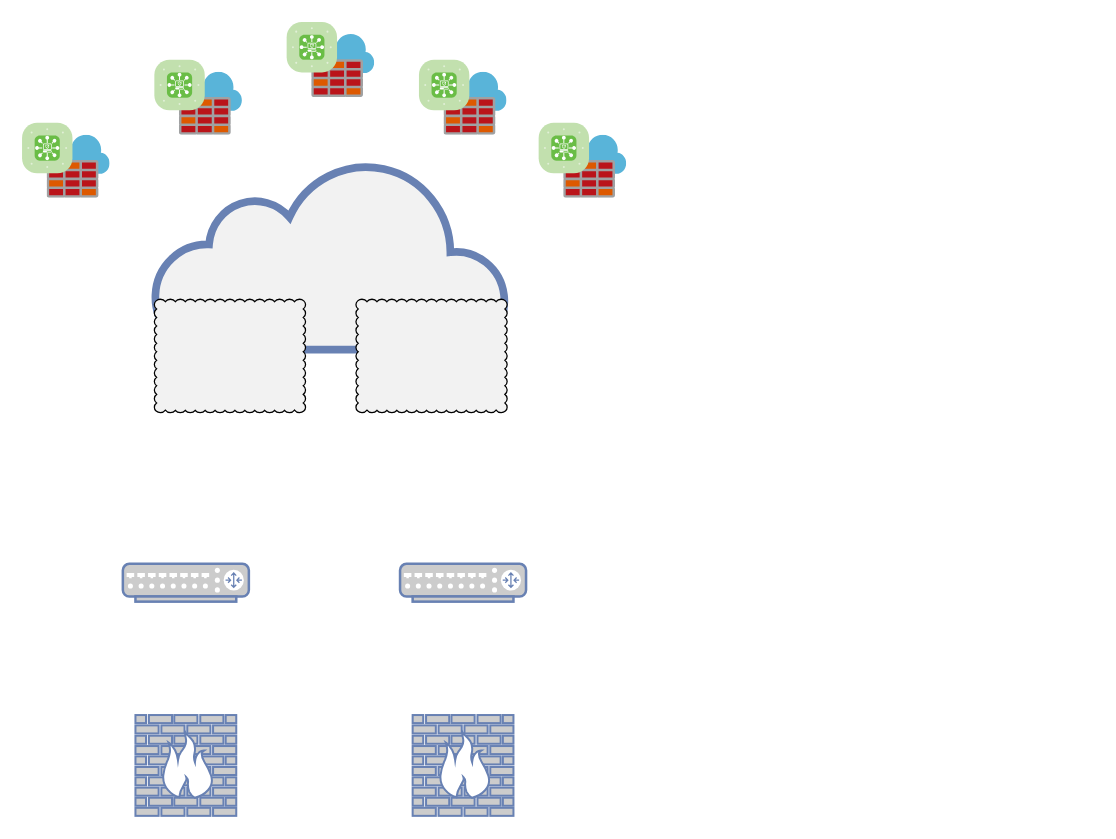
The draw.io diagram Untitled Diagram.drawio in ltning/diagrams, before the edit. Source tidied: cells renumbered, new cells numbered last; positions are measured from the earlier drawing's top-left corner, leaving out a move shared by most shapes. Both pictures are drawn from the tidied source at 126%, with x=0, y=0 at pixel (21, 21).
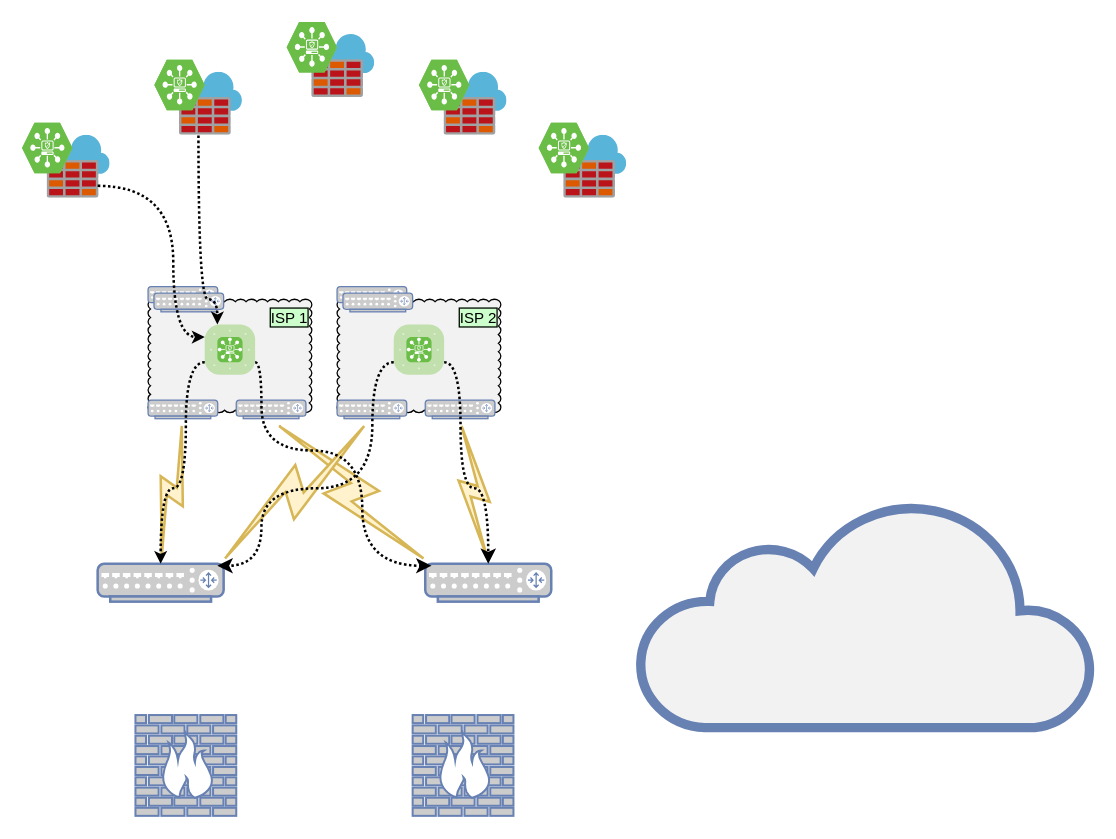
Above is the later version.

The change refers to these unchanged cells:
```xml
<mxCell id="7" style="group;" parent="1" vertex="1">
  <mxGeometry y="80" width="70" height="60" as="geometry" />
</mxCell>
<mxCell id="8" style="sketch=0;html=1;points=[];align=center;image;fontSize=12;image=img/lib/mscae/Azure_Firewall.svg;fillColor=#F2F2F2;gradientColor=none;" parent="7" vertex="1">
  <mxGeometry x="20" y="10" width="50" height="50" as="geometry" />
</mxCell>
<mxCell id="10" style="group;" parent="1" vertex="1">
  <mxGeometry x="410" y="80" width="70" height="60" as="geometry" />
</mxCell>
<mxCell id="13" style="group;" parent="1" vertex="1">
  <mxGeometry x="210" width="70" height="60" as="geometry" />
</mxCell>
<mxCell id="16" style="group;" parent="1" vertex="1">
  <mxGeometry x="105" y="30" width="70" height="60" as="geometry" />
</mxCell>
<mxCell id="17" style="sketch=0;html=1;points=[];align=center;image;fontSize=12;image=img/lib/mscae/Azure_Firewall.svg;fillColor=#F2F2F2;gradientColor=none;" parent="16" vertex="1">
  <mxGeometry x="20" y="10" width="50" height="50" as="geometry" />
</mxCell>
<mxCell id="19" style="group;" parent="1" vertex="1">
  <mxGeometry x="315" y="30" width="70" height="60" as="geometry" />
</mxCell>
```

Diff of the diagram source:
```diff
@@
+    <mxCell id="22" value="ISP 1 " style="whiteSpace=wrap;html=1;shape=mxgraph.basic.cloud_rect;fillColor=#F2F2F2;gradientColor=none;verticalAlign=top;align=right;labelBackgroundColor=#CCFFCC;labelBorderColor=default;" parent="1" vertex="1">
+      <mxGeometry x="100" y="220" width="130" height="90" as="geometry" />
+    </mxCell>
-    <mxCell id="2" style="html=1;fillColor=#F2F2F2;strokeColor=#6881B3;gradientDirection=north;strokeWidth=2;shape=mxgraph.networks.cloud;fontColor=#ffffff;" parent="1" vertex="1">
-      <mxGeometry x="105" y="110" width="280" height="150" as="geometry" />
+    <mxCell id="2" style="html=1;fillColor=#F2F2F2;strokeColor=#6881B3;gradientDirection=north;strokeWidth=2;shape=mxgraph.networks.cloud;fontColor=#ffffff;perimeterSpacing=0;sketch=0;" parent="1" vertex="1">
+      <mxGeometry x="490" y="380" width="360" height="180" as="geometry" />
     </mxCell>
     <mxCell id="3" style="fontColor=#0066CC;verticalAlign=top;verticalLabelPosition=bottom;labelPosition=center;align=center;html=1;outlineConnect=0;fillColor=#CCCCCC;strokeColor=#6881B3;gradientColor=none;gradientDirection=north;strokeWidth=2;shape=mxgraph.networks.router;" parent="1" vertex="1">
-      <mxGeometry x="80" y="430" width="100" height="30" as="geometry" />
+      <mxGeometry x="60" y="430" width="100" height="30" as="geometry" />
     </mxCell>
     <mxCell id="4" style="fontColor=#0066CC;verticalAlign=top;verticalLabelPosition=bottom;labelPosition=center;align=center;html=1;outlineConnect=0;fillColor=#CCCCCC;strokeColor=#6881B3;gradientColor=none;gradientDirection=north;strokeWidth=2;shape=mxgraph.networks.router;" parent="1" vertex="1">
-      <mxGeometry x="300" y="430" width="100" height="30" as="geometry" />
+      <mxGeometry x="320" y="430" width="100" height="30" as="geometry" />
     </mxCell>
@@
-    <mxCell id="9" style="verticalLabelPosition=bottom;sketch=0;html=1;fillColor=#6ABD46;strokeColor=#ffffff;verticalAlign=top;align=center;shape=mxgraph.cisco_safe.compositeIcon;bgIcon=mxgraph.cisco_safe.architecture.generic_appliance;resIcon=mxgraph.cisco_safe.architecture.ddos_protection_appliance;" parent="7" vertex="1">
+    <mxCell id="9" style="verticalLabelPosition=bottom;sketch=0;html=1;fillColor=#6ABD46;strokeColor=#ffffff;verticalAlign=top;align=center;shape=mxgraph.cisco_safe.compositeIcon;bgIcon=mxgraph.cisco_safe.design.blank_device;resIcon=mxgraph.cisco_safe.design.ddos_protection;fontFamily=Helvetica;fontSize=12;fontColor=rgb(0, 0, 0);" parent="7" vertex="1">
       <mxGeometry width="40" height="40" as="geometry" />
     </mxCell>
@@
-    <mxCell id="12" style="verticalLabelPosition=bottom;sketch=0;html=1;fillColor=#6ABD46;strokeColor=#ffffff;verticalAlign=top;align=center;shape=mxgraph.cisco_safe.compositeIcon;bgIcon=mxgraph.cisco_safe.architecture.generic_appliance;resIcon=mxgraph.cisco_safe.architecture.ddos_protection_appliance;" parent="10" vertex="1">
+    <mxCell id="12" style="verticalLabelPosition=bottom;sketch=0;html=1;fillColor=#6ABD46;strokeColor=#ffffff;verticalAlign=top;align=center;shape=mxgraph.cisco_safe.compositeIcon;bgIcon=mxgraph.cisco_safe.design.blank_device;resIcon=mxgraph.cisco_safe.design.ddos_protection;fontFamily=Helvetica;fontSize=12;fontColor=rgb(0, 0, 0);" parent="10" vertex="1">
       <mxGeometry width="40" height="40" as="geometry" />
     </mxCell>
@@
-    <mxCell id="15" style="verticalLabelPosition=bottom;sketch=0;html=1;fillColor=#6ABD46;strokeColor=#ffffff;verticalAlign=top;align=center;shape=mxgraph.cisco_safe.compositeIcon;bgIcon=mxgraph.cisco_safe.architecture.generic_appliance;resIcon=mxgraph.cisco_safe.architecture.ddos_protection_appliance;" parent="13" vertex="1">
+    <mxCell id="15" style="verticalLabelPosition=bottom;sketch=0;html=1;fillColor=#6ABD46;strokeColor=#ffffff;verticalAlign=top;align=center;shape=mxgraph.cisco_safe.compositeIcon;bgIcon=mxgraph.cisco_safe.design.blank_device;resIcon=mxgraph.cisco_safe.design.ddos_protection;fontFamily=Helvetica;fontSize=12;fontColor=rgb(0, 0, 0);" parent="13" vertex="1">
       <mxGeometry width="40" height="40" as="geometry" />
     </mxCell>
@@
-    <mxCell id="18" style="verticalLabelPosition=bottom;sketch=0;html=1;fillColor=#6ABD46;strokeColor=#ffffff;verticalAlign=top;align=center;shape=mxgraph.cisco_safe.compositeIcon;bgIcon=mxgraph.cisco_safe.architecture.generic_appliance;resIcon=mxgraph.cisco_safe.architecture.ddos_protection_appliance;" parent="16" vertex="1">
+    <mxCell id="18" style="verticalLabelPosition=bottom;sketch=0;html=1;fillColor=#6ABD46;strokeColor=#ffffff;verticalAlign=top;align=center;shape=mxgraph.cisco_safe.compositeIcon;bgIcon=mxgraph.cisco_safe.design.blank_device;resIcon=mxgraph.cisco_safe.design.ddos_protection;fontFamily=Helvetica;fontSize=12;fontColor=rgb(0, 0, 0);" parent="16" vertex="1">
       <mxGeometry width="40" height="40" as="geometry" />
     </mxCell>
@@
-    <mxCell id="21" style="verticalLabelPosition=bottom;sketch=0;html=1;fillColor=#6ABD46;strokeColor=#ffffff;verticalAlign=top;align=center;shape=mxgraph.cisco_safe.compositeIcon;bgIcon=mxgraph.cisco_safe.architecture.generic_appliance;resIcon=mxgraph.cisco_safe.architecture.ddos_protection_appliance;" parent="19" vertex="1">
+    <mxCell id="21" style="verticalLabelPosition=bottom;sketch=0;html=1;fillColor=#6ABD46;strokeColor=#ffffff;verticalAlign=top;align=center;shape=mxgraph.cisco_safe.compositeIcon;bgIcon=mxgraph.cisco_safe.design.blank_device;resIcon=mxgraph.cisco_safe.design.ddos_protection;fontFamily=Helvetica;fontSize=12;fontColor=rgb(0, 0, 0);" parent="19" vertex="1">
       <mxGeometry width="40" height="40" as="geometry" />
     </mxCell>
-    <mxCell id="22" style="whiteSpace=wrap;html=1;shape=mxgraph.basic.cloud_rect;fillColor=#F2F2F2;gradientColor=none;" parent="1" vertex="1">
-      <mxGeometry x="105" y="220" width="120" height="90" as="geometry" />
-    </mxCell>
-    <mxCell id="23" style="whiteSpace=wrap;html=1;shape=mxgraph.basic.cloud_rect;fillColor=#F2F2F2;gradientColor=none;" parent="1" vertex="1">
-      <mxGeometry x="265" y="220" width="120" height="90" as="geometry" />
+    <mxCell id="23" value="ISP 2 " style="whiteSpace=wrap;html=1;shape=mxgraph.basic.cloud_rect;fillColor=#F2F2F2;gradientColor=none;verticalAlign=top;align=right;labelBackgroundColor=#CCFFCC;labelBorderColor=default;" parent="1" vertex="1">
+      <mxGeometry x="250" y="220" width="130" height="90" as="geometry" />
     </mxCell>
+    <mxCell id="24" style="group;" parent="1" vertex="1">
+      <mxGeometry x="100" y="210" width="60" height="20" as="geometry" />
+    </mxCell>
+    <mxCell id="25" style="fontColor=#0066CC;verticalAlign=top;verticalLabelPosition=bottom;labelPosition=center;align=center;html=1;fillColor=#CCCCCC;strokeColor=#6881B3;gradientColor=none;gradientDirection=north;strokeWidth=2;shape=mxgraph.networks.router;" parent="24" vertex="1">
+      <mxGeometry width="55.3" height="14.8" as="geometry" />
+    </mxCell>
+    <mxCell id="26" style="fontColor=#0066CC;verticalAlign=top;verticalLabelPosition=bottom;labelPosition=center;align=center;html=1;fillColor=#CCCCCC;strokeColor=#6881B3;gradientColor=none;gradientDirection=north;strokeWidth=2;shape=mxgraph.networks.router;" parent="24" vertex="1">
+      <mxGeometry x="4.7" y="5.2" width="55.3" height="14.8" as="geometry" />
+    </mxCell>
+    <mxCell id="27" style="verticalLabelPosition=bottom;sketch=0;html=1;fillColor=#6ABD46;strokeColor=#ffffff;verticalAlign=top;align=center;points=[[0.085,0.085,0],[0.915,0.085,0],[0.915,0.915,0],[0.085,0.915,0],[0.25,0,0],[0.5,0,0],[0.75,0,0],[1,0.25,0],[1,0.5,0],[1,0.75,0],[0.75,1,0],[0.5,1,0],[0.25,1,0],[0,0.75,0],[0,0.5,0],[0,0.25,0]];shape=mxgraph.cisco_safe.compositeIcon;bgIcon=mxgraph.cisco_safe.architecture.generic_appliance;resIcon=mxgraph.cisco_safe.architecture.ddos_protection_appliance;" parent="1" vertex="1">
+      <mxGeometry x="295" y="240" width="40" height="40" as="geometry" />
+    </mxCell>
+    <mxCell id="28" style="verticalLabelPosition=bottom;sketch=0;html=1;fillColor=#6ABD46;strokeColor=#ffffff;verticalAlign=top;align=center;points=[[0.085,0.085,0],[0.915,0.085,0],[0.915,0.915,0],[0.085,0.915,0],[0.25,0,0],[0.5,0,0],[0.75,0,0],[1,0.25,0],[1,0.5,0],[1,0.75,0],[0.75,1,0],[0.5,1,0],[0.25,1,0],[0,0.75,0],[0,0.5,0],[0,0.25,0]];shape=mxgraph.cisco_safe.compositeIcon;bgIcon=mxgraph.cisco_safe.architecture.generic_appliance;resIcon=mxgraph.cisco_safe.architecture.ddos_protection_appliance;" parent="1" vertex="1">
+      <mxGeometry x="145" y="240" width="40" height="40" as="geometry" />
+    </mxCell>
+    <mxCell id="29" style="group;" parent="1" vertex="1">
+      <mxGeometry x="250" y="210" width="60" height="20" as="geometry" />
+    </mxCell>
+    <mxCell id="30" style="fontColor=#0066CC;verticalAlign=top;verticalLabelPosition=bottom;labelPosition=center;align=center;html=1;fillColor=#CCCCCC;strokeColor=#6881B3;gradientColor=none;gradientDirection=north;strokeWidth=2;shape=mxgraph.networks.router;" parent="29" vertex="1">
+      <mxGeometry width="55.3" height="14.8" as="geometry" />
+    </mxCell>
+    <mxCell id="31" style="fontColor=#0066CC;verticalAlign=top;verticalLabelPosition=bottom;labelPosition=center;align=center;html=1;fillColor=#CCCCCC;strokeColor=#6881B3;gradientColor=none;gradientDirection=north;strokeWidth=2;shape=mxgraph.networks.router;" parent="29" vertex="1">
+      <mxGeometry x="4.7" y="5.2" width="55.3" height="14.8" as="geometry" />
+    </mxCell>
+    <mxCell id="32" style="fontColor=#0066CC;verticalAlign=top;verticalLabelPosition=bottom;labelPosition=center;align=center;html=1;outlineConnect=0;fillColor=#CCCCCC;strokeColor=#6881B3;gradientColor=none;gradientDirection=north;strokeWidth=2;shape=mxgraph.networks.router;" parent="1" vertex="1">
+      <mxGeometry x="100" y="300" width="55.3" height="14.8" as="geometry" />
+    </mxCell>
+    <mxCell id="33" style="fontColor=#0066CC;verticalAlign=top;verticalLabelPosition=bottom;labelPosition=center;align=center;html=1;outlineConnect=0;fillColor=#CCCCCC;strokeColor=#6881B3;gradientColor=none;gradientDirection=north;strokeWidth=2;shape=mxgraph.networks.router;" parent="1" vertex="1">
+      <mxGeometry x="170" y="300" width="55.3" height="14.8" as="geometry" />
+    </mxCell>
+    <mxCell id="34" style="fontColor=#0066CC;verticalAlign=top;verticalLabelPosition=bottom;labelPosition=center;align=center;html=1;outlineConnect=0;fillColor=#CCCCCC;strokeColor=#6881B3;gradientColor=none;gradientDirection=north;strokeWidth=2;shape=mxgraph.networks.router;" parent="1" vertex="1">
+      <mxGeometry x="250" y="300" width="55.3" height="14.8" as="geometry" />
+    </mxCell>
+    <mxCell id="35" style="fontColor=#0066CC;verticalAlign=top;verticalLabelPosition=bottom;labelPosition=center;align=center;html=1;outlineConnect=0;fillColor=#CCCCCC;strokeColor=#6881B3;gradientColor=none;gradientDirection=north;strokeWidth=2;shape=mxgraph.networks.router;" parent="1" vertex="1">
+      <mxGeometry x="320" y="300" width="55.3" height="14.8" as="geometry" />
+    </mxCell>
+    <mxCell id="36" style="html=1;outlineConnect=0;fillColor=#fff2cc;strokeColor=#d6b656;gradientDirection=north;strokeWidth=2;shape=mxgraph.networks.comm_link_edge;html=1;shadow=0;comic=0;sketch=0;startArrow=classic;startFill=1;curved=1;entryX=0.5;entryY=1;entryDx=0;entryDy=0;entryPerimeter=0;exitX=0.5;exitY=0;exitDx=0;exitDy=0;exitPerimeter=0;" parent="1" edge="1" source="3" target="32">
+      <mxGeometry relative="1" as="geometry" />
+    </mxCell>
+    <mxCell id="37" style="html=1;outlineConnect=0;fillColor=#fff2cc;strokeColor=#d6b656;gradientDirection=north;strokeWidth=2;shape=mxgraph.networks.comm_link_edge;html=1;shadow=0;comic=0;sketch=0;startArrow=classic;startFill=1;curved=1;entryX=0.5;entryY=1;entryDx=0;entryDy=0;entryPerimeter=0;exitX=0.05;exitY=0.05;exitDx=0;exitDy=0;exitPerimeter=0;" parent="1" edge="1" source="4" target="33">
+      <mxGeometry relative="1" as="geometry" />
+    </mxCell>
+    <mxCell id="38" style="html=1;outlineConnect=0;fillColor=#fff2cc;strokeColor=#d6b656;gradientDirection=north;strokeWidth=2;shape=mxgraph.networks.comm_link_edge;html=1;shadow=0;comic=0;sketch=0;startArrow=classic;startFill=1;curved=1;entryX=0.5;entryY=1;entryDx=0;entryDy=0;entryPerimeter=0;exitX=0.95;exitY=0.05;exitDx=0;exitDy=0;exitPerimeter=0;" parent="1" edge="1" source="3" target="34">
+      <mxGeometry relative="1" as="geometry" />
+    </mxCell>
+    <mxCell id="39" style="html=1;outlineConnect=0;fillColor=#fff2cc;strokeColor=#d6b656;gradientDirection=north;strokeWidth=2;shape=mxgraph.networks.comm_link_edge;html=1;shadow=0;comic=0;sketch=0;startArrow=classic;startFill=1;curved=1;entryX=0.5;entryY=1;entryDx=0;entryDy=0;entryPerimeter=0;exitX=0.5;exitY=0;exitDx=0;exitDy=0;exitPerimeter=0;" parent="1" edge="1" source="4" target="35">
+      <mxGeometry relative="1" as="geometry" />
+    </mxCell>
+    <mxCell id="40" style="edgeStyle=orthogonalEdgeStyle;jettySize=auto;html=1;entryX=0.5;entryY=0;entryDx=0;entryDy=0;entryPerimeter=0;dashed=1;dashPattern=1 1;strokeWidth=2;startFill=0;startArrow=none;shadow=0;sketch=0;curved=1;backgroundOutline=0;noJump=0;orthogonal=0;comic=0;exitX=1;exitY=0.75;exitDx=0;exitDy=0;exitPerimeter=0;" parent="1" edge="1" source="27" target="4">
+      <mxGeometry relative="1" as="geometry">
+        <Array as="points">
+          <mxPoint x="348" y="270" />
+          <mxPoint x="348" y="370" />
+          <mxPoint x="370" y="370" />
+        </Array>
+      </mxGeometry>
+    </mxCell>
+    <mxCell id="41" style="edgeStyle=orthogonalEdgeStyle;jettySize=auto;html=1;entryX=0.95;entryY=0.05;entryDx=0;entryDy=0;entryPerimeter=0;curved=1;strokeWidth=2;dashed=1;dashPattern=1 1;startArrow=none;startFill=0;strokeColor=default;exitX=0;exitY=0.75;exitDx=0;exitDy=0;exitPerimeter=0;" parent="1" edge="1" source="27" target="3">
+      <mxGeometry relative="1" as="geometry">
+        <Array as="points">
+          <mxPoint x="278" y="270" />
+          <mxPoint x="278" y="370" />
+          <mxPoint x="190" y="370" />
+          <mxPoint x="190" y="432" />
+        </Array>
+      </mxGeometry>
+    </mxCell>
+    <mxCell id="42" style="edgeStyle=orthogonalEdgeStyle;jettySize=auto;html=1;entryX=0.05;entryY=0.05;entryDx=0;entryDy=0;entryPerimeter=0;startArrow=none;startFill=0;curved=1;strokeWidth=2;dashed=1;dashPattern=1 1;exitX=1;exitY=0.75;exitDx=0;exitDy=0;exitPerimeter=0;" parent="1" edge="1" source="28" target="4">
+      <mxGeometry relative="1" as="geometry">
+        <Array as="points">
+          <mxPoint x="190" y="270" />
+          <mxPoint x="190" y="340" />
+          <mxPoint x="270" y="340" />
+          <mxPoint x="270" y="432" />
+        </Array>
+      </mxGeometry>
+    </mxCell>
+    <mxCell id="43" style="edgeStyle=orthogonalEdgeStyle;jettySize=auto;html=1;entryX=0.5;entryY=0;entryDx=0;entryDy=0;entryPerimeter=0;curved=1;startArrow=none;startFill=0;strokeWidth=2;dashed=1;dashPattern=1 1;endSize=4;startSize=15;anchorPointDirection=0;exitX=0;exitY=0.75;exitDx=0;exitDy=0;exitPerimeter=0;" parent="1" edge="1" source="28" target="3">
+      <mxGeometry relative="1" as="geometry">
+        <Array as="points">
+          <mxPoint x="130" y="270" />
+          <mxPoint x="130" y="370" />
+          <mxPoint x="110" y="370" />
+        </Array>
+      </mxGeometry>
+    </mxCell>
+    <mxCell id="44" style="edgeStyle=orthogonalEdgeStyle;curved=1;comic=0;sketch=0;jettySize=auto;html=1;entryX=0;entryY=0.25;entryDx=0;entryDy=0;entryPerimeter=0;shadow=0;startArrow=none;startFill=0;endArrow=classic;endFill=1;startSize=15;endSize=4;strokeColor=default;strokeWidth=2;exitX=0.8;exitY=0.8;exitDx=0;exitDy=0;exitPerimeter=0;dashed=1;dashPattern=1 1;" parent="1" edge="1" source="8" target="28">
+      <mxGeometry relative="1" as="geometry">
+        <Array as="points">
+          <mxPoint x="120" y="130" />
+          <mxPoint x="120" y="250" />
+        </Array>
+      </mxGeometry>
+    </mxCell>
+    <mxCell id="45" style="edgeStyle=orthogonalEdgeStyle;curved=1;comic=0;sketch=0;jettySize=auto;html=1;entryX=0.25;entryY=0;entryDx=0;entryDy=0;entryPerimeter=0;shadow=0;dashed=1;dashPattern=1 1;startArrow=none;startFill=0;endArrow=classic;endFill=1;startSize=15;endSize=4;strokeColor=default;strokeWidth=2;" parent="1" edge="1" source="17" target="28">
+      <mxGeometry relative="1" as="geometry">
+        <Array as="points">
+          <mxPoint x="140" y="220" />
+          <mxPoint x="155" y="220" />
+        </Array>
+      </mxGeometry>
+    </mxCell>
```
